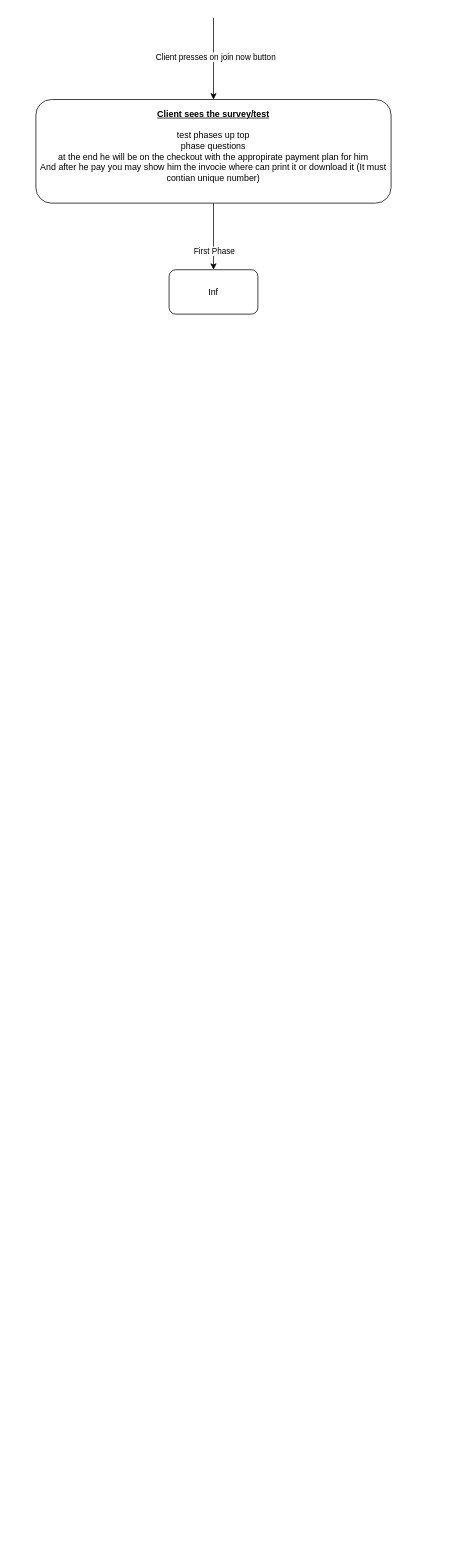
This is page "TestPage" (4 of 9) of Untitled Diagram.drawio from tariq7299/ArabicApp, a draw.io file, before an edit. Source tidied: cells renumbered, new cells numbered last; positions are measured from the earlier drawing's top-left corner, leaving out a move shared by most shapes. Both pictures are drawn from the tidied source at 74%, with x=0, y=0 at pixel (36, 18).
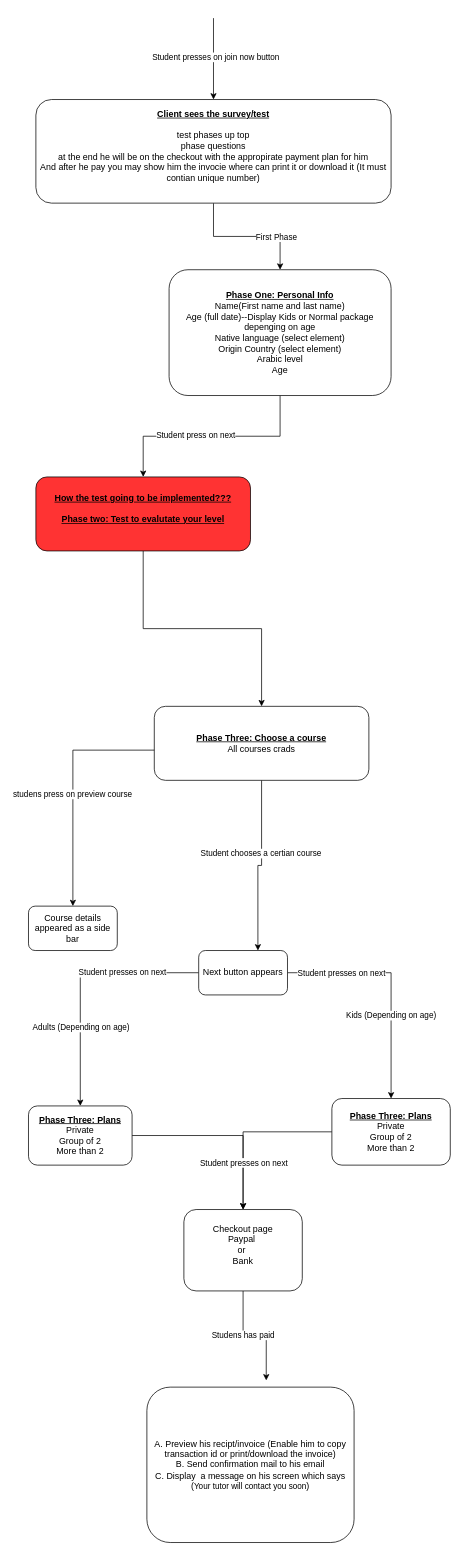
Above is the later version.

The change refers to these unchanged cells:
```xml
<mxCell id="2" style="edgeStyle=none;jettySize=auto;html=1;rounded=0;" parent="1" edge="1" target="6">
  <mxGeometry relative="1" as="geometry">
    <mxPoint x="240" as="sourcePoint" />
  </mxGeometry>
</mxCell>
```

Change to the diagram source:
```diff
@@
-    <mxCell id="3" value="Client presses on join now button" style="edgeLabel;html=1;align=center;verticalAlign=middle;" parent="2" vertex="1">
+    <mxCell id="3" value="Student presses on join now button" style="edgeLabel;html=1;align=center;verticalAlign=middle;" parent="2" vertex="1">
       <mxGeometry x="-0.06" y="2" relative="1" as="geometry" />
     </mxCell>
@@
+    <mxCell id="8" style="edgeStyle=orthogonalEdgeStyle;rounded=0;jettySize=auto;html=1;" parent="1" edge="1" source="7" target="33">
+      <mxGeometry relative="1" as="geometry" />
+    </mxCell>
+    <mxCell id="9" value="Student press on next" style="edgeLabel;html=1;align=center;verticalAlign=middle;" parent="8" vertex="1">
+      <mxGeometry x="0.15" y="-2" relative="1" as="geometry" />
+    </mxCell>
-    <mxCell id="7" value="Inf" style="rounded=1;whiteSpace=wrap;html=1;" parent="1" vertex="1">
-      <mxGeometry x="180" y="340" width="120" height="60" as="geometry" />
+    <mxCell id="7" value="&lt;u&gt;&lt;b&gt;Phase One: Personal Info&lt;/b&gt;&lt;/u&gt;&lt;div&gt;Name(First name and last name)&lt;/div&gt;&lt;div&gt;Age (full date)--Display Kids or Normal package depenging on age&lt;/div&gt;&lt;div&gt;Native language (select element)&lt;/div&gt;&lt;div&gt;Origin Country (select element)&lt;/div&gt;&lt;div&gt;&lt;div&gt;&lt;div&gt;Arabic level&lt;/div&gt;&lt;div&gt;Age&lt;/div&gt;&lt;/div&gt;&lt;/div&gt;" style="rounded=1;whiteSpace=wrap;html=1;" parent="1" vertex="1">
+      <mxGeometry x="180" y="340" width="300" height="170" as="geometry" />
     </mxCell>
+    <mxCell id="10" style="edgeStyle=orthogonalEdgeStyle;rounded=0;jettySize=auto;html=1;entryX=0.667;entryY=0;entryDx=0;entryDy=0;entryPerimeter=0;" parent="1" edge="1" source="14" target="22">
+      <mxGeometry relative="1" as="geometry" />
+    </mxCell>
+    <mxCell id="11" value="Student chooses a certian course" style="edgeLabel;html=1;align=center;verticalAlign=middle;" parent="10" vertex="1">
+      <mxGeometry x="-0.17" y="-2" relative="1" as="geometry" />
+    </mxCell>
+    <mxCell id="12" style="edgeStyle=orthogonalEdgeStyle;rounded=0;jettySize=auto;html=1;entryX=0.5;entryY=0;entryDx=0;entryDy=0;exitX=0.005;exitY=0.592;exitDx=0;exitDy=0;exitPerimeter=0;" parent="1" edge="1" source="14" target="15">
+      <mxGeometry relative="1" as="geometry" />
+    </mxCell>
+    <mxCell id="13" value="studens press on preview course&amp;nbsp;" style="edgeLabel;html=1;align=center;verticalAlign=middle;" parent="12" vertex="1">
+      <mxGeometry x="0.06" relative="1" as="geometry" />
+    </mxCell>
+    <mxCell id="14" value="&lt;b&gt;&lt;u&gt;Phase Three: Choose a course&lt;/u&gt;&lt;/b&gt;&lt;div&gt;All courses crads&lt;/div&gt;" style="rounded=1;whiteSpace=wrap;html=1;" parent="1" vertex="1">
+      <mxGeometry x="160" y="930" width="290" height="100" as="geometry" />
+    </mxCell>
+    <mxCell id="15" value="Course details appeared as a side bar" style="rounded=1;whiteSpace=wrap;html=1;" parent="1" vertex="1">
+      <mxGeometry x="-10" y="1200" width="120" height="60" as="geometry" />
+    </mxCell>
+    <mxCell id="16" style="edgeStyle=orthogonalEdgeStyle;rounded=0;jettySize=auto;html=1;" parent="1" edge="1" source="22" target="27">
+      <mxGeometry relative="1" as="geometry" />
+    </mxCell>
+    <mxCell id="17" value="Student presses on next" style="edgeLabel;html=1;align=center;verticalAlign=middle;" parent="16" vertex="1">
+      <mxGeometry x="-0.71" y="1" relative="1" as="geometry">
+        <mxPoint x="27" y="1" as="offset" />
+      </mxGeometry>
+    </mxCell>
+    <mxCell id="18" value="Kids (Depending on age)" style="edgeLabel;html=1;align=center;verticalAlign=middle;" parent="16" vertex="1">
+      <mxGeometry x="0.27" y="-1" relative="1" as="geometry" />
+    </mxCell>
+    <mxCell id="19" style="edgeStyle=orthogonalEdgeStyle;rounded=0;jettySize=auto;html=1;" parent="1" edge="1" source="22" target="24">
+      <mxGeometry relative="1" as="geometry" />
+    </mxCell>
+    <mxCell id="20" value="Student presses on next" style="edgeLabel;html=1;align=center;verticalAlign=middle;" parent="19" vertex="1">
+      <mxGeometry x="-0.39" y="-1" relative="1" as="geometry" />
+    </mxCell>
+    <mxCell id="21" value="Adults (Depending on age)" style="edgeLabel;html=1;align=center;verticalAlign=middle;" parent="19" vertex="1">
+      <mxGeometry x="0.37" relative="1" as="geometry" />
+    </mxCell>
+    <mxCell id="22" value="Next button appears" style="rounded=1;whiteSpace=wrap;html=1;" parent="1" vertex="1">
+      <mxGeometry x="220" y="1260" width="120" height="60" as="geometry" />
+    </mxCell>
+    <mxCell id="23" style="edgeStyle=orthogonalEdgeStyle;rounded=0;jettySize=auto;html=1;" parent="1" edge="1" source="24" target="30">
+      <mxGeometry relative="1" as="geometry" />
+    </mxCell>
+    <mxCell id="24" value="&lt;b&gt;&lt;u&gt;Phase Three: Plans&lt;/u&gt;&lt;/b&gt;&lt;div&gt;Private&lt;/div&gt;&lt;div&gt;Group of 2&lt;/div&gt;&lt;div&gt;More than 2&lt;/div&gt;" style="rounded=1;whiteSpace=wrap;html=1;" parent="1" vertex="1">
+      <mxGeometry x="-10" y="1470" width="140" height="80" as="geometry" />
+    </mxCell>
+    <mxCell id="25" style="edgeStyle=orthogonalEdgeStyle;rounded=0;jettySize=auto;html=1;" parent="1" edge="1" source="27" target="30">
+      <mxGeometry relative="1" as="geometry" />
+    </mxCell>
+    <mxCell id="26" value="Student presses on next" style="edgeLabel;html=1;align=center;verticalAlign=middle;" parent="25" vertex="1">
+      <mxGeometry x="0.43" relative="1" as="geometry" />
+    </mxCell>
+    <mxCell id="27" value="&lt;b&gt;&lt;u&gt;Phase Three: Plans&lt;/u&gt;&lt;/b&gt;&lt;div&gt;Private&lt;/div&gt;&lt;div&gt;Group of 2&lt;/div&gt;&lt;div&gt;More than 2&lt;/div&gt;" style="rounded=1;whiteSpace=wrap;html=1;" parent="1" vertex="1">
+      <mxGeometry x="400" y="1460" width="160" height="90" as="geometry" />
+    </mxCell>
+    <mxCell id="28" style="edgeStyle=orthogonalEdgeStyle;rounded=0;jettySize=auto;html=1;entryX=0.576;entryY=-0.043;entryDx=0;entryDy=0;entryPerimeter=0;" parent="1" edge="1" source="30" target="31">
+      <mxGeometry relative="1" as="geometry" />
+    </mxCell>
+    <mxCell id="29" value="Studens has paid" style="edgeLabel;html=1;align=center;verticalAlign=middle;" parent="28" vertex="1">
+      <mxGeometry x="-0.22" y="-1" relative="1" as="geometry" />
+    </mxCell>
+    <mxCell id="30" value="Checkout page&lt;div&gt;Paypal&amp;nbsp;&lt;/div&gt;&lt;div&gt;or&amp;nbsp;&lt;/div&gt;&lt;div&gt;Bank&lt;/div&gt;&lt;div&gt;&lt;br&gt;&lt;/div&gt;" style="rounded=1;whiteSpace=wrap;html=1;" parent="1" vertex="1">
+      <mxGeometry x="200" y="1610" width="160" height="110" as="geometry" />
+    </mxCell>
+    <mxCell id="31" value="A. Preview his recipt/invoice (Enable him to copy transaction id or print/download the invoice)&lt;div&gt;B. Send confirmation mail to his email&lt;/div&gt;&lt;div&gt;C. Display&amp;nbsp; a message on his screen which says (&lt;span style=&quot;background-color: rgb(255, 255, 255); font-size: 11px; text-wrap: nowrap;&quot;&gt;Your tutor will contact you soon&lt;/span&gt;&lt;span style=&quot;background-color: initial;&quot;&gt;)&lt;/span&gt;&lt;/div&gt;" style="rounded=1;whiteSpace=wrap;html=1;" parent="1" vertex="1">
+      <mxGeometry x="150" y="1850" width="280" height="210" as="geometry" />
+    </mxCell>
+    <mxCell id="32" style="edgeStyle=orthogonalEdgeStyle;rounded=0;jettySize=auto;html=1;" parent="1" edge="1" source="33" target="14">
+      <mxGeometry relative="1" as="geometry" />
+    </mxCell>
+    <mxCell id="33" value="&lt;div&gt;&lt;b&gt;&lt;u&gt;How the test going to be implemented???&lt;/u&gt;&lt;/b&gt;&lt;/div&gt;&lt;b&gt;&lt;u&gt;&lt;div&gt;&lt;b&gt;&lt;u&gt;&lt;br&gt;&lt;/u&gt;&lt;/b&gt;&lt;/div&gt;Phase two: Test to evalutate your level&lt;/u&gt;&lt;/b&gt;&lt;div&gt;&lt;br&gt;&lt;/div&gt;" style="rounded=1;whiteSpace=wrap;html=1;fillColor=#FF3333;" parent="1" vertex="1">
+      <mxGeometry y="620" width="290" height="100" as="geometry" />
+    </mxCell>
```
